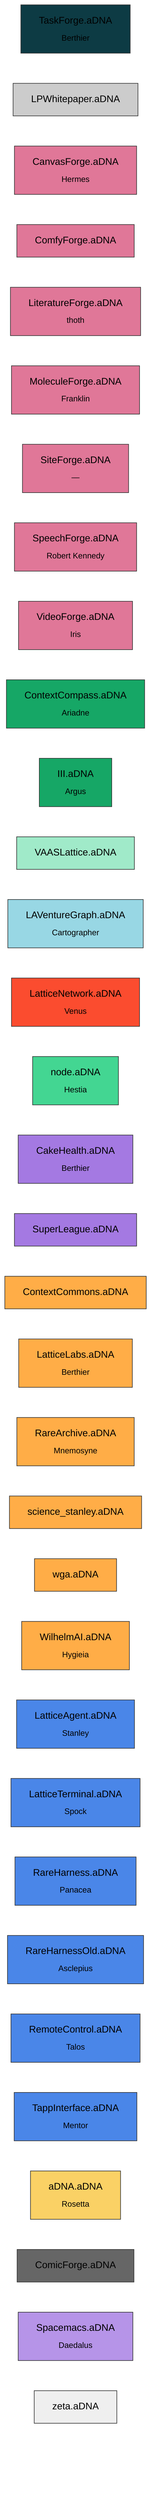
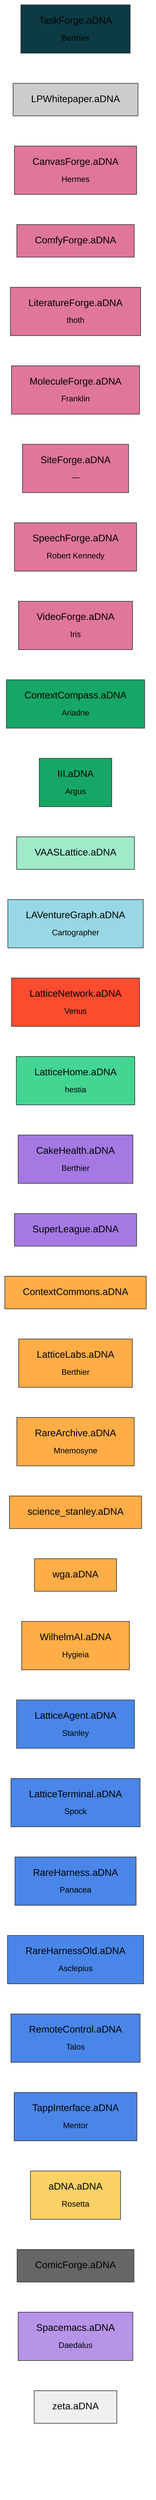
flowchart LR
  TaskForge.aDNA["TaskForge.aDNA<br><sub>Berthier</sub>"]:::classcoordination
  LPWhitepaper.aDNA["LPWhitepaper.aDNA"]:::classdocument
  CanvasForge.aDNA["CanvasForge.aDNA<br><sub>Hermes</sub>"]:::classforge
  ComfyForge.aDNA["ComfyForge.aDNA"]:::classforge
  literatureforge["LiteratureForge.aDNA<br><sub>thoth</sub>"]:::classforge
  MoleculeForge.aDNA["MoleculeForge.aDNA<br><sub>Franklin</sub>"]:::classforge
  SiteForge.aDNA["SiteForge.aDNA<br><sub>—</sub>"]:::classforge
  SpeechForge.aDNA["SpeechForge.aDNA<br><sub>Robert Kennedy</sub>"]:::classforge
  VideoForge.aDNA["VideoForge.aDNA<br><sub>Iris</sub>"]:::classforge
  ContextCompass.aDNA["ContextCompass.aDNA<br><sub>Ariadne</sub>"]:::classframework
  III.aDNA["III.aDNA<br><sub>Argus</sub>"]:::classframework
  VAASLattice.aDNA["VAASLattice.aDNA"]:::classframeworkcandidate
  LAVentureGraph.aDNA["LAVentureGraph.aDNA<br><sub>Cartographer</sub>"]:::classknowledgegraph
  LatticeNetwork.aDNA["LatticeNetwork.aDNA<br><sub>Venus</sub>"]:::classnetwork
-   node.aDNA["node.aDNA<br><sub>Hestia</sub>"]:::classnodeoperational
+   latticehome["LatticeHome.aDNA<br><sub>hestia</sub>"]:::classnodeoperational
  CakeHealth.aDNA["CakeHealth.aDNA<br><sub>Berthier</sub>"]:::classorggraph
  SuperLeague.aDNA["SuperLeague.aDNA"]:::classorggraph
  ContextCommons.aDNA["ContextCommons.aDNA"]:::classorgvault
  LatticeLabs.aDNA["LatticeLabs.aDNA<br><sub>Berthier</sub>"]:::classorgvault
  RareArchive.aDNA["RareArchive.aDNA<br><sub>Mnemosyne</sub>"]:::classorgvault
  science_stanley.aDNA["science_stanley.aDNA"]:::classorgvault
  wga.aDNA["wga.aDNA"]:::classorgvault
  WilhelmAI.aDNA["WilhelmAI.aDNA<br><sub>Hygieia</sub>"]:::classorgvault
  LatticeAgent.aDNA["LatticeAgent.aDNA<br><sub>Stanley</sub>"]:::classplatform
  LatticeTerminal.aDNA["LatticeTerminal.aDNA<br><sub>Spock</sub>"]:::classplatform
  RareHarness.aDNA["RareHarness.aDNA<br><sub>Panacea</sub>"]:::classplatform
  RareHarnessOld.aDNA["RareHarnessOld.aDNA<br><sub>Asclepius</sub>"]:::classplatform
  RemoteControl.aDNA["RemoteControl.aDNA<br><sub>Talos</sub>"]:::classplatform
  TappInterface.aDNA["TappInterface.aDNA<br><sub>Mentor</sub>"]:::classplatform
  aDNA.aDNA["aDNA.aDNA<br><sub>Rosetta</sub>"]:::classstandarddev
  ComicForge.aDNA["ComicForge.aDNA"]:::classsuperseded
  Spacemacs.aDNA["Spacemacs.aDNA<br><sub>Daedalus</sub>"]:::classtooling
  zeta.aDNA["zeta.aDNA"]:::classworkspace


  classDef classforge fill:#e07798,stroke:#333,color:#000
  classDef classframework fill:#16a766,stroke:#333,color:#000
  classDef classframeworkcandidate fill:#a0eac9,stroke:#333,color:#000
  classDef classplatform fill:#4a86e8,stroke:#333,color:#000
  classDef classorgvault fill:#ffad47,stroke:#333,color:#000
  classDef classstandarddev fill:#fad165,stroke:#333,color:#000
  classDef classorggraph fill:#a479e2,stroke:#333,color:#000
  classDef classnetwork fill:#fb4c2f,stroke:#333,color:#000
  classDef classnodeoperational fill:#43d692,stroke:#333,color:#000
  classDef classcoordination fill:#0d3b44,stroke:#333,color:#000
  classDef classdocument fill:#cccccc,stroke:#333,color:#000
  classDef classknowledgegraph fill:#98d7e4,stroke:#333,color:#000
  classDef classtooling fill:#b694e8,stroke:#333,color:#000
  classDef classworkspace fill:#efefef,stroke:#333,color:#000
  classDef classsuperseded fill:#666666,stroke:#333,color:#000
